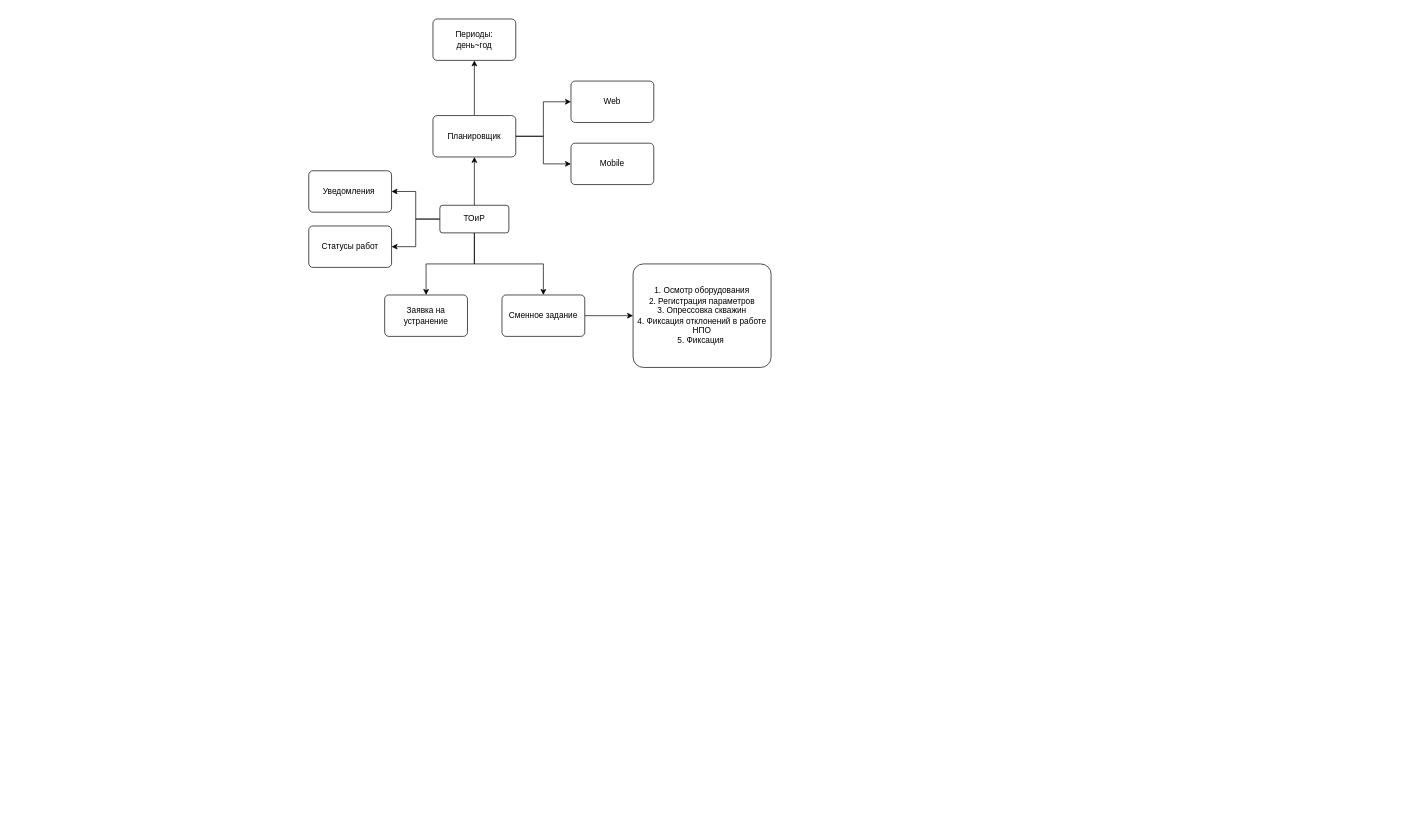
tvolodi/abitech keeps this draw.io diagram as KazGerMunay.drawio. Above is the earlier version. Source tidied: cells renumbered, new cells numbered last; positions are measured from the earlier drawing's top-left corner, leaving out a move shared by most shapes. Both pictures are drawn from the tidied source at 69%, with x=0, y=0 at pixel (308, 19).
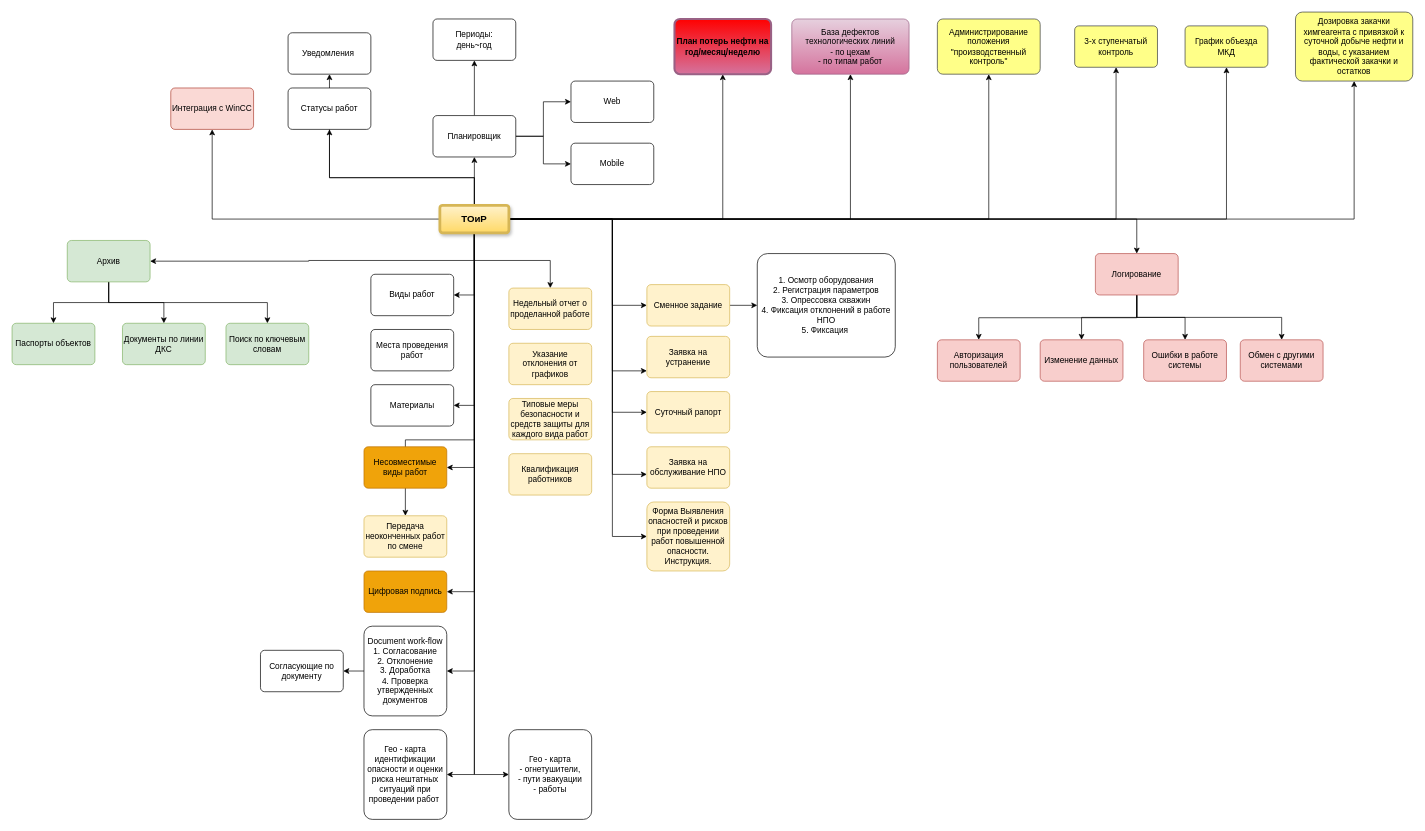
The same page after the edit.

Diff of the diagram source:
```diff
@@
     <mxCell id="3" style="edgeStyle=orthogonalEdgeStyle;rounded=0;jettySize=auto;html=1;" parent="1" edge="1" source="7" target="15">
-      <mxGeometry relative="1" as="geometry" />
+      <mxGeometry relative="1" as="geometry">
+        <Array as="points">
+          <mxPoint x="240" y="230" />
+          <mxPoint x="30" y="230" />
+        </Array>
+      </mxGeometry>
     </mxCell>
     <mxCell id="4" style="edgeStyle=orthogonalEdgeStyle;rounded=0;jettySize=auto;html=1;" parent="1" edge="1" source="7" target="16">
-      <mxGeometry relative="1" as="geometry" />
+      <mxGeometry relative="1" as="geometry">
+        <Array as="points">
+          <mxPoint x="240" y="230" />
+          <mxPoint x="30" y="230" />
+        </Array>
+      </mxGeometry>
     </mxCell>
     <mxCell id="5" style="edgeStyle=orthogonalEdgeStyle;rounded=0;jettySize=auto;html=1;" parent="1" edge="1" source="7" target="18">
-      <mxGeometry relative="1" as="geometry" />
+      <mxGeometry relative="1" as="geometry">
+        <Array as="points">
+          <mxPoint x="440" y="290" />
+          <mxPoint x="440" y="415" />
+        </Array>
+      </mxGeometry>
     </mxCell>
     <mxCell id="6" style="edgeStyle=orthogonalEdgeStyle;rounded=0;jettySize=auto;html=1;" parent="1" edge="1" source="7" target="20">
-      <mxGeometry relative="1" as="geometry" />
+      <mxGeometry relative="1" as="geometry">
+        <Array as="points">
+          <mxPoint x="440" y="290" />
+          <mxPoint x="440" y="510" />
+        </Array>
+      </mxGeometry>
     </mxCell>
+    <mxCell id="21" style="edgeStyle=orthogonalEdgeStyle;rounded=0;jettySize=auto;html=1;" parent="1" edge="1" source="7" target="42">
+      <mxGeometry relative="1" as="geometry">
+        <Array as="points">
+          <mxPoint x="440" y="290" />
+          <mxPoint x="440" y="570" />
+        </Array>
+      </mxGeometry>
+    </mxCell>
+    <mxCell id="22" style="edgeStyle=orthogonalEdgeStyle;rounded=0;jettySize=auto;html=1;" parent="1" edge="1" source="7" target="43">
+      <mxGeometry relative="1" as="geometry">
+        <Array as="points">
+          <mxPoint x="440" y="290" />
+          <mxPoint x="440" y="660" />
+        </Array>
+      </mxGeometry>
+    </mxCell>
+    <mxCell id="23" style="edgeStyle=orthogonalEdgeStyle;rounded=0;jettySize=auto;html=1;" parent="1" edge="1" source="7" target="44">
+      <mxGeometry relative="1" as="geometry" />
+    </mxCell>
+    <mxCell id="24" style="edgeStyle=orthogonalEdgeStyle;rounded=0;jettySize=auto;html=1;entryX=1;entryY=0.5;entryDx=0;entryDy=0;" parent="1" edge="1" source="7" target="45">
+      <mxGeometry relative="1" as="geometry" />
+    </mxCell>
+    <mxCell id="25" style="edgeStyle=orthogonalEdgeStyle;rounded=0;jettySize=auto;html=1;" parent="1" edge="1" source="7" target="46">
+      <mxGeometry relative="1" as="geometry">
+        <Array as="points">
+          <mxPoint x="240" y="610" />
+        </Array>
+      </mxGeometry>
+    </mxCell>
+    <mxCell id="26" style="edgeStyle=orthogonalEdgeStyle;rounded=0;jettySize=auto;html=1;" parent="1" edge="1" source="7" target="47">
+      <mxGeometry relative="1" as="geometry" />
+    </mxCell>
+    <mxCell id="27" style="edgeStyle=orthogonalEdgeStyle;rounded=0;jettySize=auto;html=1;" parent="1" edge="1" source="7" target="48">
+      <mxGeometry relative="1" as="geometry" />
+    </mxCell>
+    <mxCell id="28" style="edgeStyle=orthogonalEdgeStyle;rounded=0;jettySize=auto;html=1;" parent="1" edge="1" source="7" target="49">
+      <mxGeometry relative="1" as="geometry" />
+    </mxCell>
+    <mxCell id="29" style="edgeStyle=orthogonalEdgeStyle;rounded=0;jettySize=auto;html=1;" parent="1" edge="1" source="7" target="50">
+      <mxGeometry relative="1" as="geometry" />
+    </mxCell>
+    <mxCell id="30" style="edgeStyle=orthogonalEdgeStyle;rounded=0;jettySize=auto;html=1;fontSize=14;" parent="1" edge="1" source="7" target="51">
+      <mxGeometry relative="1" as="geometry" />
+    </mxCell>
+    <mxCell id="31" style="edgeStyle=orthogonalEdgeStyle;rounded=0;jettySize=auto;html=1;exitX=1;exitY=0.5;exitDx=0;exitDy=0;fontSize=14;" parent="1" edge="1" source="7" target="52">
+      <mxGeometry relative="1" as="geometry" />
+    </mxCell>
+    <mxCell id="32" style="edgeStyle=orthogonalEdgeStyle;rounded=0;jettySize=auto;html=1;exitX=1;exitY=0.5;exitDx=0;exitDy=0;entryX=0.5;entryY=1;entryDx=0;entryDy=0;fontSize=14;" parent="1" edge="1" source="7" target="53">
+      <mxGeometry relative="1" as="geometry" />
+    </mxCell>
+    <mxCell id="33" style="edgeStyle=orthogonalEdgeStyle;rounded=0;jettySize=auto;html=1;exitX=0.5;exitY=1;exitDx=0;exitDy=0;fontSize=14;" parent="1" edge="1" source="7" target="58">
+      <mxGeometry relative="1" as="geometry">
+        <Array as="points">
+          <mxPoint x="240" y="350" />
+          <mxPoint y="350" />
+        </Array>
+      </mxGeometry>
+    </mxCell>
+    <mxCell id="34" style="edgeStyle=orthogonalEdgeStyle;rounded=0;jettySize=auto;html=1;exitX=1;exitY=0.5;exitDx=0;exitDy=0;entryX=0.5;entryY=0;entryDx=0;entryDy=0;fontSize=14;" parent="1" edge="1" source="7" target="66">
+      <mxGeometry relative="1" as="geometry" />
+    </mxCell>
+    <mxCell id="35" style="edgeStyle=orthogonalEdgeStyle;rounded=0;jettySize=auto;html=1;exitX=0.5;exitY=1;exitDx=0;exitDy=0;entryX=1;entryY=0.5;entryDx=0;entryDy=0;fontSize=14;" parent="1" edge="1" source="7" target="71">
+      <mxGeometry relative="1" as="geometry" />
+    </mxCell>
+    <mxCell id="36" style="edgeStyle=orthogonalEdgeStyle;rounded=0;jettySize=auto;html=1;exitX=0.5;exitY=1;exitDx=0;exitDy=0;entryX=1;entryY=0.5;entryDx=0;entryDy=0;fontSize=14;" parent="1" edge="1" source="7" target="74">
+      <mxGeometry relative="1" as="geometry" />
+    </mxCell>
+    <mxCell id="37" style="edgeStyle=orthogonalEdgeStyle;rounded=0;jettySize=auto;html=1;exitX=0.5;exitY=1;exitDx=0;exitDy=0;entryX=1;entryY=0.5;entryDx=0;entryDy=0;fontSize=14;" parent="1" edge="1" source="7" target="73">
+      <mxGeometry relative="1" as="geometry" />
+    </mxCell>
+    <mxCell id="38" style="edgeStyle=orthogonalEdgeStyle;rounded=0;jettySize=auto;html=1;exitX=0.5;exitY=1;exitDx=0;exitDy=0;entryX=1;entryY=0.5;entryDx=0;entryDy=0;fontSize=14;" parent="1" edge="1" source="7" target="75">
+      <mxGeometry relative="1" as="geometry" />
+    </mxCell>
+    <mxCell id="39" style="edgeStyle=orthogonalEdgeStyle;rounded=0;jettySize=auto;html=1;exitX=0.5;exitY=1;exitDx=0;exitDy=0;entryX=0;entryY=0.5;entryDx=0;entryDy=0;fontSize=14;" parent="1" edge="1" source="7" target="76">
+      <mxGeometry relative="1" as="geometry" />
+    </mxCell>
+    <mxCell id="40" style="edgeStyle=orthogonalEdgeStyle;rounded=0;jettySize=auto;html=1;exitX=1;exitY=0.5;exitDx=0;exitDy=0;entryX=0;entryY=0.5;entryDx=0;entryDy=0;fontSize=14;" parent="1" edge="1" source="7" target="80">
+      <mxGeometry relative="1" as="geometry">
+        <Array as="points">
+          <mxPoint x="440" y="290" />
+          <mxPoint x="440" y="750" />
+        </Array>
+      </mxGeometry>
+    </mxCell>
+    <mxCell id="41" style="edgeStyle=orthogonalEdgeStyle;rounded=0;jettySize=auto;html=1;exitX=0.5;exitY=1;exitDx=0;exitDy=0;entryX=1;entryY=0.5;entryDx=0;entryDy=0;fontSize=14;" parent="1" edge="1" source="7" target="82">
+      <mxGeometry relative="1" as="geometry" />
+    </mxCell>
-    <mxCell id="7" value="ТОиР" style="rounded=1;arcSize=10;whiteSpace=wrap;html=1;align=center;" parent="1" vertex="1">
+    <mxCell id="7" value="ТОиР" style="rounded=1;arcSize=10;whiteSpace=wrap;html=1;align=center;fillColor=#fff2cc;strokeColor=#d6b656;fontStyle=1;fontSize=14;strokeWidth=4;gradientColor=#ffd966;glass=0;shadow=1;sketch=0;" parent="1" vertex="1">
       <mxGeometry x="190" y="270" width="100" height="40" as="geometry" />
     </mxCell>
@@
     <mxCell id="15" value="Уведомления&amp;nbsp;" style="whiteSpace=wrap;html=1;rounded=1;arcSize=10;" parent="1" vertex="1">
-      <mxGeometry y="220" width="120" height="60" as="geometry" />
+      <mxGeometry x="-30" y="20" width="120" height="60" as="geometry" />
     </mxCell>
     <mxCell id="16" value="Статусы работ" style="whiteSpace=wrap;html=1;rounded=1;arcSize=10;" parent="1" vertex="1">
-      <mxGeometry y="300" width="120" height="60" as="geometry" />
+      <mxGeometry x="-30" y="100" width="120" height="60" as="geometry" />
     </mxCell>
@@
-    <mxCell id="18" value="Сменное задание" style="whiteSpace=wrap;html=1;rounded=1;arcSize=10;" parent="1" vertex="1">
-      <mxGeometry x="280" y="400" width="120" height="60" as="geometry" />
+    <mxCell id="18" value="Сменное задание" style="whiteSpace=wrap;html=1;rounded=1;arcSize=10;fillColor=#fff2cc;strokeColor=#d6b656;" parent="1" vertex="1">
+      <mxGeometry x="490" y="385" width="120" height="60" as="geometry" />
     </mxCell>
     <mxCell id="19" value="1. Осмотр оборудования&lt;br&gt;2. Регистрация параметров&lt;br&gt;3. Опрессовка скважин&lt;br&gt;4. Фиксация отклонений в работе НПО&lt;br&gt;5. Фиксация&amp;nbsp;" style="whiteSpace=wrap;html=1;rounded=1;arcSize=10;" parent="1" vertex="1">
-      <mxGeometry x="470" y="355" width="200" height="150" as="geometry" />
+      <mxGeometry x="650" y="340" width="200" height="150" as="geometry" />
     </mxCell>
-    <mxCell id="20" value="Заявка на устранение" style="whiteSpace=wrap;html=1;rounded=1;arcSize=10;" parent="1" vertex="1">
-      <mxGeometry x="110" y="400" width="120" height="60" as="geometry" />
+    <mxCell id="20" value="Заявка на устранение" style="whiteSpace=wrap;html=1;rounded=1;arcSize=10;fillColor=#fff2cc;strokeColor=#d6b656;" parent="1" vertex="1">
+      <mxGeometry x="490" y="460" width="120" height="60" as="geometry" />
     </mxCell>
+    <mxCell id="42" value="Суточный рапорт" style="whiteSpace=wrap;html=1;rounded=1;arcSize=10;fillColor=#fff2cc;strokeColor=#d6b656;" parent="1" vertex="1">
+      <mxGeometry x="490" y="540" width="120" height="60" as="geometry" />
+    </mxCell>
+    <mxCell id="43" value="Заявка на обслуживание НПО" style="whiteSpace=wrap;html=1;rounded=1;arcSize=10;fillColor=#fff2cc;strokeColor=#d6b656;" parent="1" vertex="1">
+      <mxGeometry x="490" y="620" width="120" height="60" as="geometry" />
+    </mxCell>
+    <mxCell id="44" value="Недельный отчет о проделанной работе" style="whiteSpace=wrap;html=1;rounded=1;arcSize=10;fillColor=#fff2cc;strokeColor=#d6b656;" parent="1" vertex="1">
+      <mxGeometry x="290" y="390" width="120" height="60" as="geometry" />
+    </mxCell>
+    <mxCell id="45" value="Виды работ" style="whiteSpace=wrap;html=1;rounded=1;arcSize=10;" parent="1" vertex="1">
+      <mxGeometry x="90" y="370" width="120" height="60" as="geometry" />
+    </mxCell>
+    <mxCell id="46" value="Передача неоконченных работ по смене" style="whiteSpace=wrap;html=1;rounded=1;arcSize=10;fillColor=#fff2cc;strokeColor=#d6b656;" parent="1" vertex="1">
+      <mxGeometry x="80" y="720" width="120" height="60" as="geometry" />
+    </mxCell>
+    <mxCell id="47" value="Интеграция с WinCC" style="whiteSpace=wrap;html=1;rounded=1;arcSize=10;fillColor=#fad9d5;strokeColor=#ae4132;" parent="1" vertex="1">
+      <mxGeometry x="-200" y="100" width="120" height="60" as="geometry" />
+    </mxCell>
+    <mxCell id="48" value="База дефектов технологических линий&lt;br&gt;- по цехам&lt;br&gt;- по типам работ" style="whiteSpace=wrap;html=1;rounded=1;arcSize=10;fillColor=#e6d0de;gradientColor=#d5739d;strokeColor=#996185;" parent="1" vertex="1">
+      <mxGeometry x="700" width="170" height="80" as="geometry" />
+    </mxCell>
+    <mxCell id="49" value="План потерь нефти на год/месяц/неделю" style="whiteSpace=wrap;html=1;rounded=1;arcSize=10;fillColor=#FF0000;gradientColor=#d5739d;strokeColor=#996185;strokeWidth=3;fontStyle=1;" parent="1" vertex="1">
+      <mxGeometry x="530" width="140" height="80" as="geometry" />
+    </mxCell>
+    <mxCell id="50" value="Администрирование положения &quot;производственный контроль&quot;" style="whiteSpace=wrap;html=1;fillColor=#ffff88;strokeColor=#36393d;rounded=1;arcSize=10;" parent="1" vertex="1">
+      <mxGeometry x="911" width="149" height="80" as="geometry" />
+    </mxCell>
+    <mxCell id="51" value="3-х ступенчатый контроль" style="whiteSpace=wrap;html=1;fillColor=#ffff88;strokeColor=#36393d;rounded=1;arcSize=10;" parent="1" vertex="1">
+      <mxGeometry x="1110" y="10" width="120" height="60" as="geometry" />
+    </mxCell>
+    <mxCell id="52" value="График объезда МКД" style="whiteSpace=wrap;html=1;fillColor=#ffff88;strokeColor=#36393d;rounded=1;arcSize=10;" parent="1" vertex="1">
+      <mxGeometry x="1270" y="10" width="120" height="60" as="geometry" />
+    </mxCell>
+    <mxCell id="53" value="Дозировка закачки химгеагента с привязкой к суточной добыче нефти и воды, с указанием фактической закачки и остатков" style="whiteSpace=wrap;html=1;fillColor=#ffff88;strokeColor=#36393d;rounded=1;arcSize=10;" parent="1" vertex="1">
+      <mxGeometry x="1430" y="-10" width="170" height="100" as="geometry" />
+    </mxCell>
+    <mxCell id="54" value="Указание отклонения от графиков" style="whiteSpace=wrap;html=1;fillColor=#fff2cc;strokeColor=#d6b656;rounded=1;arcSize=10;" parent="1" vertex="1">
+      <mxGeometry x="290" y="470" width="120" height="60" as="geometry" />
+    </mxCell>
+    <mxCell id="55" style="edgeStyle=orthogonalEdgeStyle;rounded=0;jettySize=auto;html=1;fontSize=14;" parent="1" edge="1" source="58" target="59">
+      <mxGeometry relative="1" as="geometry" />
+    </mxCell>
+    <mxCell id="56" style="edgeStyle=orthogonalEdgeStyle;rounded=0;jettySize=auto;html=1;fontSize=14;" parent="1" edge="1" source="58" target="60">
+      <mxGeometry relative="1" as="geometry" />
+    </mxCell>
+    <mxCell id="57" style="edgeStyle=orthogonalEdgeStyle;rounded=0;jettySize=auto;html=1;fontSize=14;" parent="1" edge="1" source="58" target="61">
+      <mxGeometry relative="1" as="geometry">
+        <Array as="points">
+          <mxPoint x="-290" y="411" />
+          <mxPoint x="-60" y="411" />
+        </Array>
+      </mxGeometry>
+    </mxCell>
+    <mxCell id="58" value="Архив" style="whiteSpace=wrap;html=1;rounded=1;arcSize=10;fillColor=#d5e8d4;strokeColor=#82b366;" parent="1" vertex="1">
+      <mxGeometry x="-350" y="321" width="120" height="60" as="geometry" />
+    </mxCell>
+    <mxCell id="59" value="Паспорты объектов" style="whiteSpace=wrap;html=1;fillColor=#d5e8d4;strokeColor=#82b366;rounded=1;arcSize=10;" parent="1" vertex="1">
+      <mxGeometry x="-430" y="441" width="120" height="60" as="geometry" />
+    </mxCell>
+    <mxCell id="60" value="Документы по линии ДКС" style="whiteSpace=wrap;html=1;fillColor=#d5e8d4;strokeColor=#82b366;rounded=1;arcSize=10;" parent="1" vertex="1">
+      <mxGeometry x="-270" y="441" width="120" height="60" as="geometry" />
+    </mxCell>
+    <mxCell id="61" value="Поиск по ключевым словам" style="whiteSpace=wrap;html=1;fillColor=#d5e8d4;strokeColor=#82b366;rounded=1;arcSize=10;" parent="1" vertex="1">
+      <mxGeometry x="-120" y="441" width="120" height="60" as="geometry" />
+    </mxCell>
+    <mxCell id="62" style="edgeStyle=orthogonalEdgeStyle;rounded=0;jettySize=auto;html=1;fontSize=14;" parent="1" edge="1" source="66" target="67">
+      <mxGeometry relative="1" as="geometry">
+        <Array as="points">
+          <mxPoint x="1200" y="433" />
+          <mxPoint x="971" y="433" />
+        </Array>
+      </mxGeometry>
+    </mxCell>
+    <mxCell id="63" style="edgeStyle=orthogonalEdgeStyle;rounded=0;jettySize=auto;html=1;exitX=0.5;exitY=1;exitDx=0;exitDy=0;entryX=0.5;entryY=0;entryDx=0;entryDy=0;fontSize=14;" parent="1" edge="1" source="66" target="68">
+      <mxGeometry relative="1" as="geometry" />
+    </mxCell>
+    <mxCell id="64" style="edgeStyle=orthogonalEdgeStyle;rounded=0;jettySize=auto;html=1;exitX=0.5;exitY=1;exitDx=0;exitDy=0;entryX=0.5;entryY=0;entryDx=0;entryDy=0;fontSize=14;" parent="1" edge="1" source="66" target="69">
+      <mxGeometry relative="1" as="geometry" />
+    </mxCell>
+    <mxCell id="65" style="edgeStyle=orthogonalEdgeStyle;rounded=0;jettySize=auto;html=1;exitX=0.5;exitY=1;exitDx=0;exitDy=0;fontSize=14;" parent="1" edge="1" source="66" target="70">
+      <mxGeometry relative="1" as="geometry" />
+    </mxCell>
+    <mxCell id="66" value="Логирование" style="whiteSpace=wrap;html=1;rounded=1;arcSize=10;fillColor=#f8cecc;strokeColor=#b85450;" parent="1" vertex="1">
+      <mxGeometry x="1140" y="340" width="120" height="60" as="geometry" />
+    </mxCell>
+    <mxCell id="67" value="Авторизация пользователей" style="whiteSpace=wrap;html=1;fillColor=#f8cecc;strokeColor=#b85450;rounded=1;arcSize=10;" parent="1" vertex="1">
+      <mxGeometry x="911" y="465" width="120" height="60" as="geometry" />
+    </mxCell>
+    <mxCell id="68" value="Изменение данных" style="whiteSpace=wrap;html=1;fillColor=#f8cecc;strokeColor=#b85450;rounded=1;arcSize=10;" parent="1" vertex="1">
+      <mxGeometry x="1060" y="465" width="120" height="60" as="geometry" />
+    </mxCell>
+    <mxCell id="69" value="Ошибки в работе системы" style="whiteSpace=wrap;html=1;fillColor=#f8cecc;strokeColor=#b85450;rounded=1;arcSize=10;" parent="1" vertex="1">
+      <mxGeometry x="1210" y="465" width="120" height="60" as="geometry" />
+    </mxCell>
+    <mxCell id="70" value="Обмен с другими системами" style="whiteSpace=wrap;html=1;fillColor=#f8cecc;strokeColor=#b85450;rounded=1;arcSize=10;" parent="1" vertex="1">
+      <mxGeometry x="1350" y="465" width="120" height="60" as="geometry" />
+    </mxCell>
+    <mxCell id="71" value="Цифровая подпись" style="whiteSpace=wrap;html=1;rounded=1;arcSize=10;fillColor=#f0a30a;fontColor=#000000;strokeColor=#BD7000;" parent="1" vertex="1">
+      <mxGeometry x="80" y="800" width="120" height="60" as="geometry" />
+    </mxCell>
+    <mxCell id="72" style="edgeStyle=orthogonalEdgeStyle;rounded=0;jettySize=auto;html=1;exitX=0;exitY=0.5;exitDx=0;exitDy=0;entryX=1;entryY=0.5;entryDx=0;entryDy=0;fontSize=14;" parent="1" edge="1" source="73" target="79">
+      <mxGeometry relative="1" as="geometry" />
+    </mxCell>
+    <mxCell id="73" value="Document work-flow&lt;br&gt;1. Согласование&lt;br&gt;2. Отклонение&lt;br&gt;3. Доработка&lt;br&gt;4. Проверка утвержденных документов" style="whiteSpace=wrap;html=1;rounded=1;arcSize=10;" parent="1" vertex="1">
+      <mxGeometry x="80" y="880" width="120" height="130" as="geometry" />
+    </mxCell>
+    <mxCell id="74" value="Несовместимые виды работ" style="whiteSpace=wrap;html=1;rounded=1;arcSize=10;fillColor=#f0a30a;fontColor=#000000;strokeColor=#BD7000;" parent="1" vertex="1">
+      <mxGeometry x="80" y="620" width="120" height="60" as="geometry" />
+    </mxCell>
+    <mxCell id="75" value="Гео - карта идентификации опасности и оценки риска нештатных ситуаций при проведении работ&amp;nbsp;" style="whiteSpace=wrap;html=1;rounded=1;arcSize=10;" parent="1" vertex="1">
+      <mxGeometry x="80" y="1030" width="120" height="130" as="geometry" />
+    </mxCell>
+    <mxCell id="76" value="Гео - карта &lt;br&gt;- огнетушители, &lt;br&gt;- пути эвакуации&lt;br&gt;- работы" style="whiteSpace=wrap;html=1;rounded=1;arcSize=10;" parent="1" vertex="1">
+      <mxGeometry x="290" y="1030" width="120" height="130" as="geometry" />
+    </mxCell>
+    <mxCell id="77" value="Типовые меры безопасности и средств защиты для каждого вида работ" style="whiteSpace=wrap;html=1;rounded=1;arcSize=10;fillColor=#fff2cc;strokeColor=#d6b656;" parent="1" vertex="1">
+      <mxGeometry x="290" y="550" width="120" height="60" as="geometry" />
+    </mxCell>
+    <mxCell id="78" value="Квалификация работников" style="whiteSpace=wrap;html=1;rounded=1;arcSize=10;fillColor=#fff2cc;strokeColor=#d6b656;" parent="1" vertex="1">
+      <mxGeometry x="290" y="630" width="120" height="60" as="geometry" />
+    </mxCell>
+    <mxCell id="79" value="Согласующие по документу" style="whiteSpace=wrap;html=1;rounded=1;arcSize=10;" parent="1" vertex="1">
+      <mxGeometry x="-70" y="915" width="120" height="60" as="geometry" />
+    </mxCell>
+    <mxCell id="80" value="Форма Выявления опасностей и рисков при проведении работ повышенной опасности.&lt;br&gt;Инструкция." style="whiteSpace=wrap;html=1;rounded=1;arcSize=10;fillColor=#fff2cc;strokeColor=#d6b656;" parent="1" vertex="1">
+      <mxGeometry x="490" y="700" width="120" height="100" as="geometry" />
+    </mxCell>
+    <mxCell id="81" value="Места проведения работ" style="whiteSpace=wrap;html=1;rounded=1;arcSize=10;" parent="1" vertex="1">
+      <mxGeometry x="90" y="450" width="120" height="60" as="geometry" />
+    </mxCell>
+    <mxCell id="82" value="Материалы" style="whiteSpace=wrap;html=1;rounded=1;arcSize=10;" parent="1" vertex="1">
+      <mxGeometry x="90" y="530" width="120" height="60" as="geometry" />
+    </mxCell>
```
